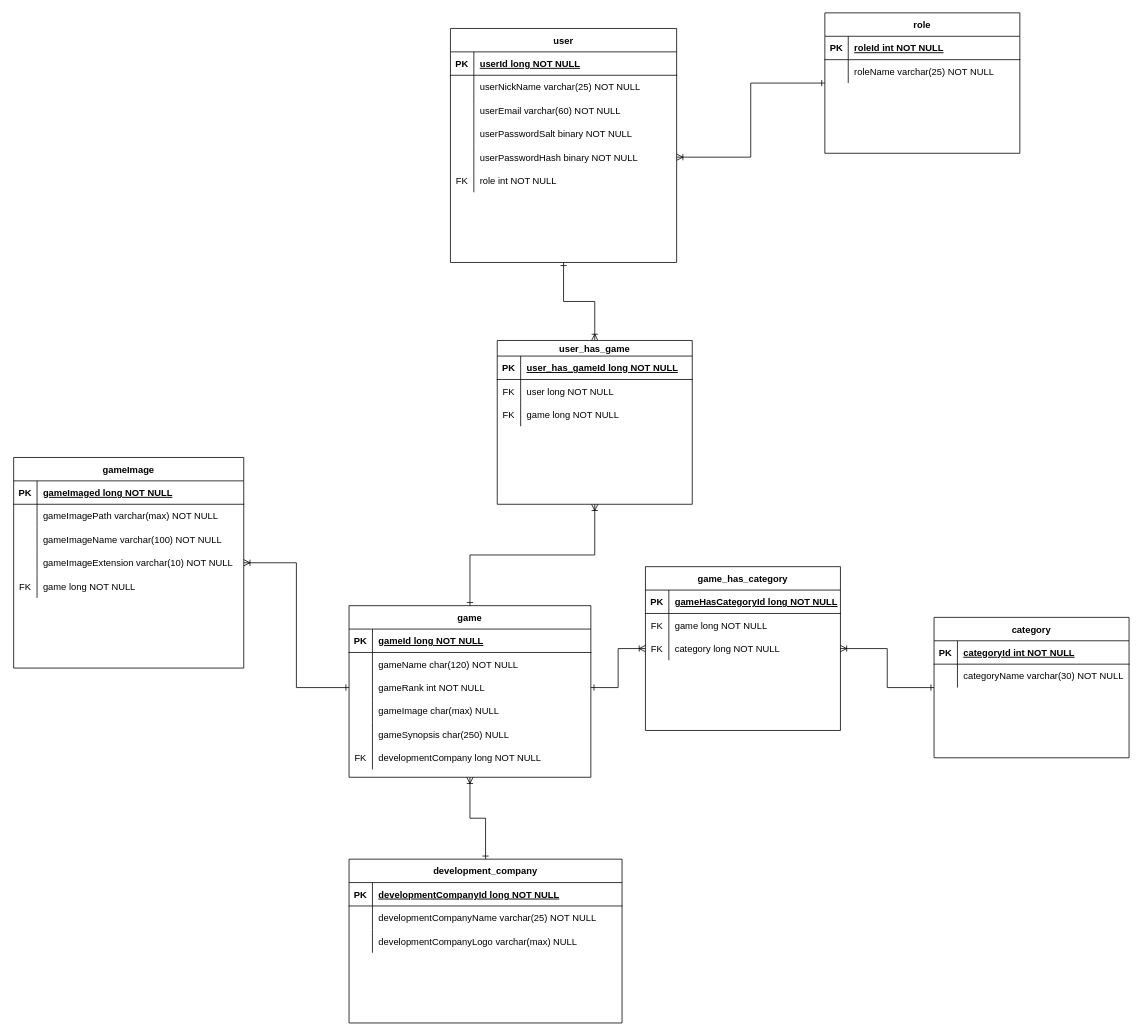
Before: Documentation/DB_Diagram_GameCollection.drawio in diegorus92/GameCollection, a draw.io diagram. Source tidied: cells renumbered, new cells numbered last; positions are measured from the earlier drawing's top-left corner, leaving out a move shared by most shapes. Both pictures are drawn from the tidied source at 78%, with x=0, y=0 at pixel (13, 12).
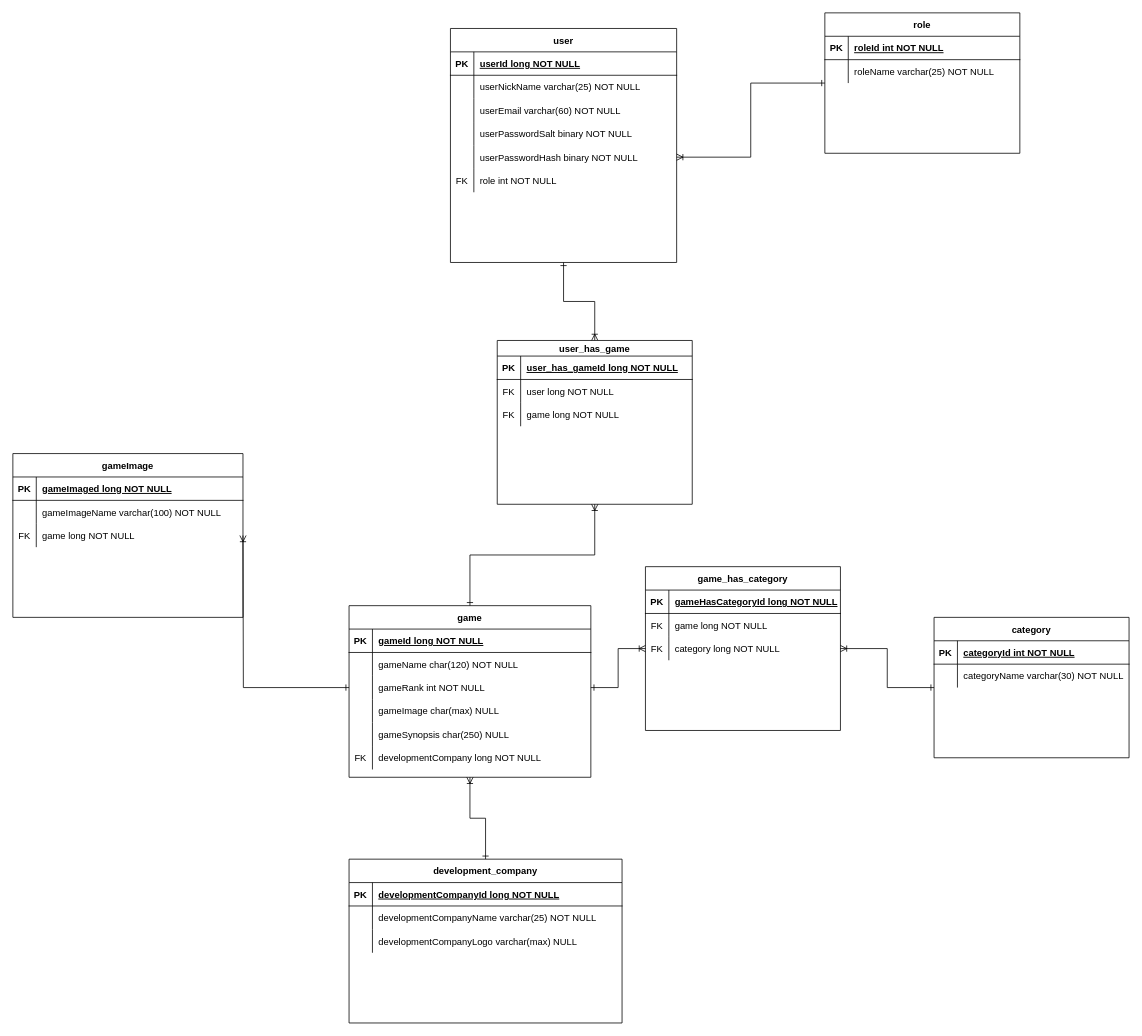
The same diagram, later.

The change refers to these unchanged cells:
```xml
<mxCell id="10" style="shape=partialRectangle;fillColor=none;points=[[0,0.5],[1,0.5]];portConstraint=eastwest;top=0;left=0;right=0;bottom=0;" parent="3" vertex="1">
  <mxGeometry y="90" width="310" height="30" as="geometry" />
</mxCell>
```

The edit, as a diff of the source:
```diff
@@
     <mxCell id="71" value="gameImage" style="shape=table;startSize=30;childLayout=tableLayout;rowLines=0;fontStyle=1;align=center;" parent="1" vertex="1">
-      <mxGeometry y="570" width="295" height="270" as="geometry" />
+      <mxGeometry x="-1" y="565" width="295" height="210" as="geometry" />
     </mxCell>
@@
-    <mxCell id="75" style="shape=partialRectangle;fillColor=none;top=0;left=0;right=0;bottom=0;" parent="71" vertex="1">
-      <mxGeometry y="60" width="295" height="30" as="geometry" />
-    </mxCell>
-    <mxCell id="76" style="shape=partialRectangle;overflow=hidden;fillColor=none;top=0;left=0;bottom=0;right=0;" parent="75" vertex="1">
-      <mxGeometry width="30" height="30" as="geometry" />
-    </mxCell>
-    <mxCell id="77" value="gameImagePath varchar(max) NOT NULL" style="shape=partialRectangle;overflow=hidden;fillColor=none;top=0;left=0;bottom=0;right=0;align=left;spacingLeft=6;" parent="75" vertex="1">
-      <mxGeometry x="30" width="265" height="30" as="geometry" />
-    </mxCell>
     <mxCell id="78" style="shape=partialRectangle;fillColor=none;top=0;left=0;right=0;bottom=0;" parent="71" vertex="1">
-      <mxGeometry y="90" width="295" height="30" as="geometry" />
+      <mxGeometry y="60" width="295" height="30" as="geometry" />
     </mxCell>
@@
-    <mxCell id="81" style="shape=partialRectangle;fillColor=none;points=[[0,0.5],[1,0.5]];portConstraint=eastwest;top=0;left=0;right=0;bottom=0;" parent="71" vertex="1">
-      <mxGeometry y="120" width="295" height="30" as="geometry" />
-    </mxCell>
-    <mxCell id="82" style="shape=partialRectangle;overflow=hidden;fillColor=none;top=0;left=0;bottom=0;right=0;" parent="81" vertex="1">
-      <mxGeometry width="30" height="30" as="geometry" />
-    </mxCell>
-    <mxCell id="83" value="gameImageExtension varchar(10) NOT NULL" style="shape=partialRectangle;overflow=hidden;fillColor=none;top=0;left=0;bottom=0;right=0;align=left;spacingLeft=6;" parent="81" vertex="1">
-      <mxGeometry x="30" width="265" height="30" as="geometry" />
-    </mxCell>
     <mxCell id="84" style="shape=partialRectangle;fillColor=none;top=0;left=0;right=0;bottom=0;" parent="71" vertex="1">
-      <mxGeometry y="150" width="295" height="30" as="geometry" />
+      <mxGeometry y="90" width="295" height="30" as="geometry" />
     </mxCell>
@@
-    <mxCell id="95" style="edgeStyle=orthogonalEdgeStyle;rounded=0;jettySize=auto;html=1;exitX=1;exitY=0.5;exitDx=0;exitDy=0;entryX=0;entryY=0.5;entryDx=0;entryDy=0;endArrow=ERone;endFill=0;startArrow=ERoneToMany;startFill=0;" parent="1" edge="1" source="81" target="10">
-      <mxGeometry relative="1" as="geometry" />
+    <mxCell id="95" style="edgeStyle=orthogonalEdgeStyle;rounded=0;jettySize=auto;html=1;exitX=1;exitY=0.5;exitDx=0;exitDy=0;entryX=0;entryY=0.5;entryDx=0;entryDy=0;endArrow=ERone;endFill=0;startArrow=ERoneToMany;startFill=0;" parent="1" edge="1" target="10">
+      <mxGeometry relative="1" as="geometry">
+        <mxPoint x="294" y="670" as="sourcePoint" />
+      </mxGeometry>
     </mxCell>
```
